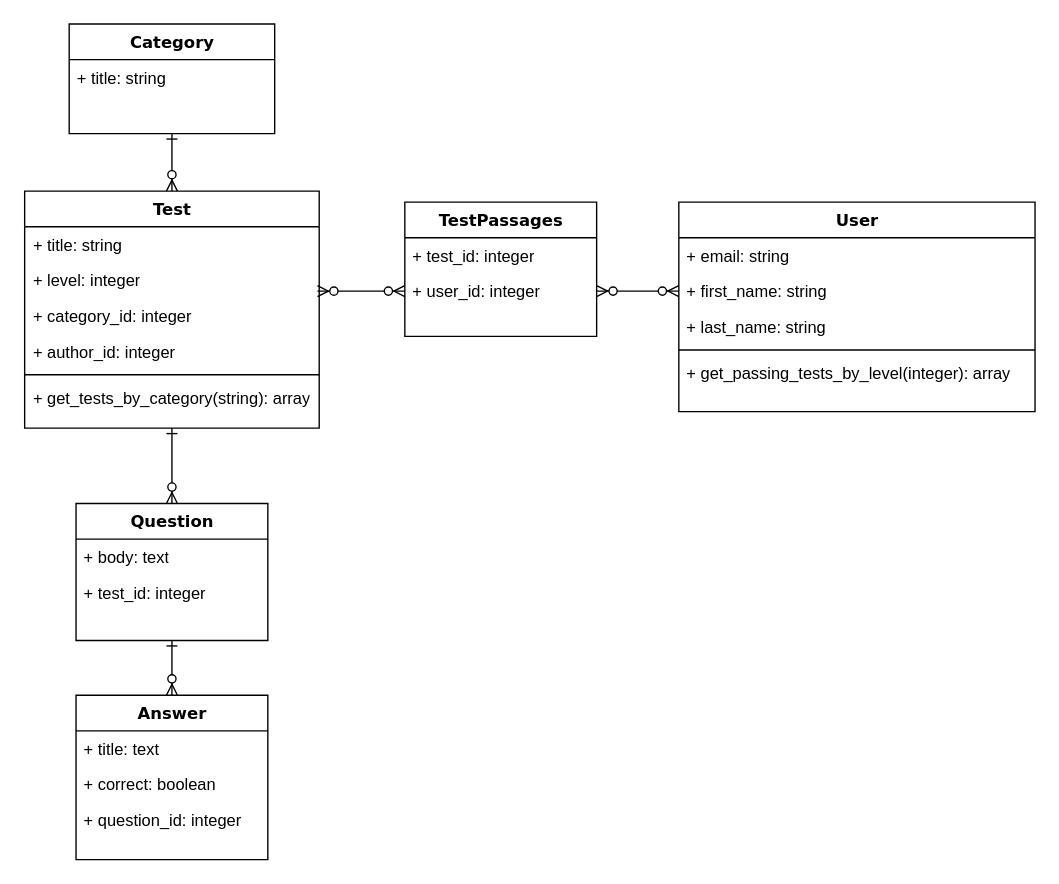
This is Model_Diagram.drawio from ostbob/test-guru, a draw.io file, before an edit. Source tidied: cells renumbered, new cells numbered last; positions are measured from the earlier drawing's top-left corner, leaving out a move shared by most shapes. Both pictures are drawn from the tidied source at 137%, with x=0, y=0 at pixel (23, 23).
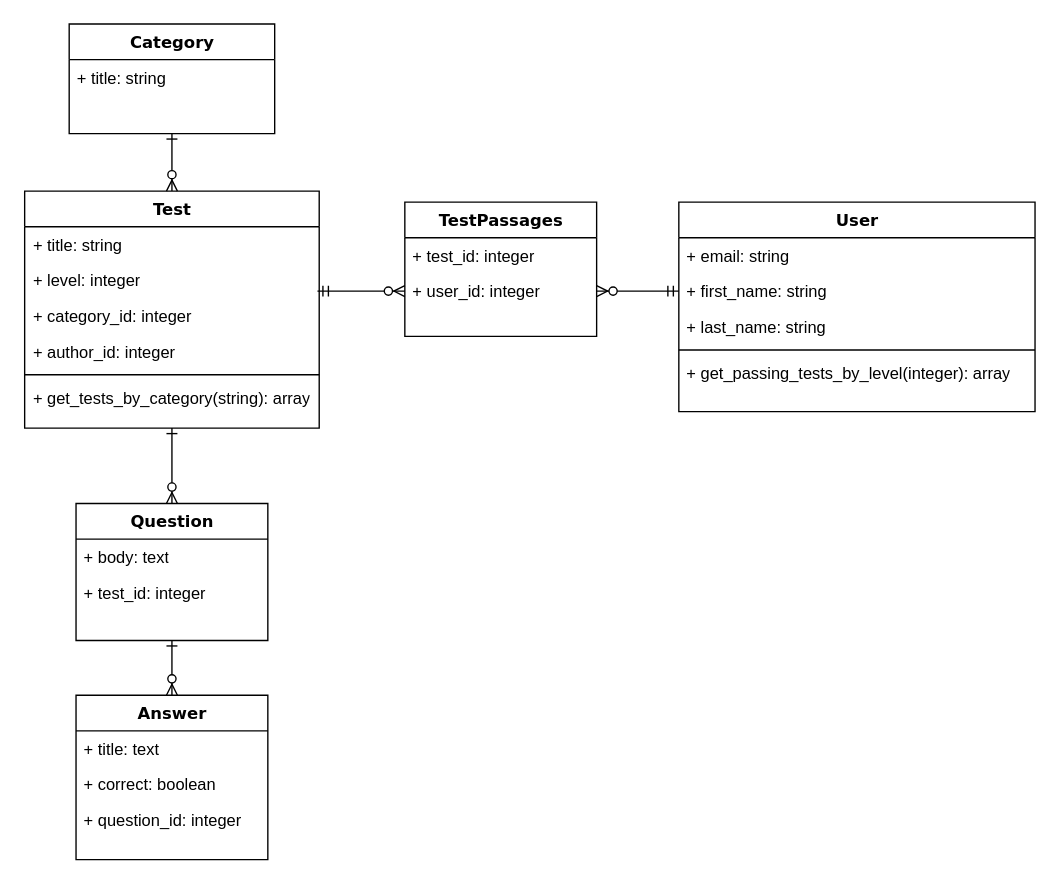
After the change.

Unchanged cells that the change refers to:
```xml
<mxCell id="4" value="+ user_id: integer" style="text;html=1;strokeColor=none;fillColor=none;align=left;verticalAlign=top;spacingLeft=4;spacingRight=4;whiteSpace=wrap;overflow=hidden;points=[[0,0.5],[1,0.5]];portConstraint=eastwest;" parent="2" vertex="1">
  <mxGeometry y="52" width="140" height="26" as="geometry" />
</mxCell>
<mxCell id="9" value="+ level: integer" style="text;html=1;strokeColor=none;fillColor=none;align=left;verticalAlign=top;spacingLeft=4;spacingRight=4;whiteSpace=wrap;overflow=hidden;points=[[0,0.5],[1,0.5]];portConstraint=eastwest;" parent="7" vertex="1">
  <mxGeometry y="52" width="215" height="26" as="geometry" />
</mxCell>
```

What changed in the source:
```diff
@@
-    <mxCell id="30" style="endArrow=ERzeroToMany;startArrow=ERzeroToMany;html=1;exitX=0.994;exitY=0.808;exitDx=0;exitDy=0;exitPerimeter=0;entryX=0;entryY=0.5;entryDx=0;entryDy=0;endFill=1;startFill=1;" parent="1" edge="1" source="9" target="4">
+    <mxCell id="30" style="endArrow=ERzeroToMany;startArrow=ERmandOne;html=1;exitX=0.994;exitY=0.808;exitDx=0;exitDy=0;exitPerimeter=0;entryX=0;entryY=0.5;entryDx=0;entryDy=0;endFill=1;startFill=0;" parent="1" edge="1" source="9" target="4">
       <mxGeometry relative="1" as="geometry" />
     </mxCell>
-    <mxCell id="31" style="endArrow=ERzeroToMany;startArrow=ERzeroToMany;html=1;exitX=1;exitY=0.5;exitDx=0;exitDy=0;startFill=1;endFill=1;" parent="1" edge="1" source="4">
+    <mxCell id="31" style="endArrow=ERmandOne;startArrow=ERzeroToMany;html=1;exitX=1;exitY=0.5;exitDx=0;exitDy=0;startFill=1;endFill=0;" parent="1" edge="1" source="4">
       <mxGeometry relative="1" as="geometry">
         <mxPoint x="478" y="195" as="targetPoint" />
       </mxGeometry>
     </mxCell>
```
